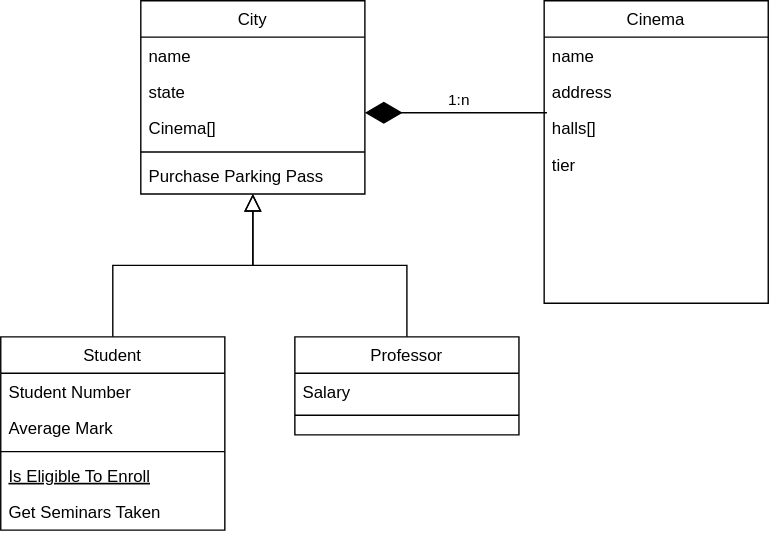
Rammechh/Class_Diagrams keeps this draw.io diagram as BookMyShowCD.svg. Above is the earlier version. Source tidied: cells renumbered, new cells last; positions are measured from the earlier drawing's top-left corner, leaving out a move shared by most shapes. Its diagram source:
```xml
<mxGraphModel>
  <root>
    <mxCell id="0" />
    <mxCell id="1" parent="0" />
    <mxCell id="2" value="City" style="swimlane;fontStyle=0;align=center;verticalAlign=top;horizontal=1;startSize=26;rounded=0;shadow=0;strokeWidth=1;" parent="1" vertex="1">
      <mxGeometry x="100" width="160" height="138" as="geometry" />
    </mxCell>
    <mxCell id="3" value="name" style="text;align=left;verticalAlign=top;spacingLeft=4;spacingRight=4;overflow=hidden;" parent="2" vertex="1">
      <mxGeometry y="26" width="160" height="26" as="geometry" />
    </mxCell>
    <mxCell id="4" value="state" style="text;align=left;verticalAlign=top;spacingLeft=4;spacingRight=4;overflow=hidden;rounded=0;shadow=0;html=0;" parent="2" vertex="1">
      <mxGeometry y="52" width="160" height="26" as="geometry" />
    </mxCell>
    <mxCell id="5" value="Cinema[]" style="text;align=left;verticalAlign=top;spacingLeft=4;spacingRight=4;overflow=hidden;rounded=0;shadow=0;html=0;" parent="2" vertex="1">
      <mxGeometry y="78" width="160" height="26" as="geometry" />
    </mxCell>
    <mxCell id="6" style="line;html=1;strokeWidth=1;align=left;verticalAlign=middle;spacingTop=-1;spacingLeft=3;spacingRight=3;labelPosition=right;" parent="2" vertex="1">
      <mxGeometry y="104" width="160" height="8" as="geometry" />
    </mxCell>
    <mxCell id="7" value="Purchase Parking Pass" style="text;align=left;verticalAlign=top;spacingLeft=4;spacingRight=4;overflow=hidden;" parent="2" vertex="1">
      <mxGeometry y="112" width="160" height="26" as="geometry" />
    </mxCell>
    <mxCell id="8" value="Student" style="swimlane;fontStyle=0;align=center;verticalAlign=top;horizontal=1;startSize=26;rounded=0;shadow=0;strokeWidth=1;" parent="1" vertex="1">
      <mxGeometry y="240" width="160" height="138" as="geometry" />
    </mxCell>
    <mxCell id="9" value="Student Number" style="text;align=left;verticalAlign=top;spacingLeft=4;spacingRight=4;overflow=hidden;" parent="8" vertex="1">
      <mxGeometry y="26" width="160" height="26" as="geometry" />
    </mxCell>
    <mxCell id="10" value="Average Mark" style="text;align=left;verticalAlign=top;spacingLeft=4;spacingRight=4;overflow=hidden;rounded=0;shadow=0;html=0;" parent="8" vertex="1">
      <mxGeometry y="52" width="160" height="26" as="geometry" />
    </mxCell>
    <mxCell id="11" style="line;html=1;strokeWidth=1;align=left;verticalAlign=middle;spacingTop=-1;spacingLeft=3;spacingRight=3;labelPosition=right;" parent="8" vertex="1">
      <mxGeometry y="78" width="160" height="8" as="geometry" />
    </mxCell>
    <mxCell id="12" value="Is Eligible To Enroll" style="text;align=left;verticalAlign=top;spacingLeft=4;spacingRight=4;overflow=hidden;fontStyle=4;" parent="8" vertex="1">
      <mxGeometry y="86" width="160" height="26" as="geometry" />
    </mxCell>
    <mxCell id="13" value="Get Seminars Taken" style="text;align=left;verticalAlign=top;spacingLeft=4;spacingRight=4;overflow=hidden;" parent="8" vertex="1">
      <mxGeometry y="112" width="160" height="26" as="geometry" />
    </mxCell>
    <mxCell id="14" style="endArrow=block;endSize=10;endFill=0;shadow=0;strokeWidth=1;rounded=0;edgeStyle=elbowEdgeStyle;elbow=vertical;" parent="1" edge="1" source="8" target="2">
      <mxGeometry relative="1" as="geometry" />
    </mxCell>
    <mxCell id="15" value="Professor" style="swimlane;fontStyle=0;align=center;verticalAlign=top;horizontal=1;startSize=26;rounded=0;shadow=0;strokeWidth=1;" parent="1" vertex="1">
      <mxGeometry x="210" y="240" width="160" height="70" as="geometry" />
    </mxCell>
    <mxCell id="16" value="Salary" style="text;align=left;verticalAlign=top;spacingLeft=4;spacingRight=4;overflow=hidden;" parent="15" vertex="1">
      <mxGeometry y="26" width="160" height="26" as="geometry" />
    </mxCell>
    <mxCell id="17" style="line;html=1;strokeWidth=1;align=left;verticalAlign=middle;spacingTop=-1;spacingLeft=3;spacingRight=3;labelPosition=right;" parent="15" vertex="1">
      <mxGeometry y="52" width="160" height="8" as="geometry" />
    </mxCell>
    <mxCell id="18" style="endArrow=block;endSize=10;endFill=0;shadow=0;strokeWidth=1;rounded=0;edgeStyle=elbowEdgeStyle;elbow=vertical;" parent="1" edge="1" source="15" target="2">
      <mxGeometry relative="1" as="geometry" />
    </mxCell>
    <mxCell id="19" value="Cinema" style="swimlane;fontStyle=0;align=center;verticalAlign=top;horizontal=1;startSize=26;rounded=0;shadow=0;strokeWidth=1;" parent="1" vertex="1">
      <mxGeometry x="388" width="160" height="216" as="geometry" />
    </mxCell>
    <mxCell id="20" value="name" style="text;align=left;verticalAlign=top;spacingLeft=4;spacingRight=4;overflow=hidden;" parent="19" vertex="1">
      <mxGeometry y="26" width="160" height="26" as="geometry" />
    </mxCell>
    <mxCell id="21" value="address" style="text;align=left;verticalAlign=top;spacingLeft=4;spacingRight=4;overflow=hidden;rounded=0;shadow=0;html=0;" parent="19" vertex="1">
      <mxGeometry y="52" width="160" height="26" as="geometry" />
    </mxCell>
    <mxCell id="22" value="halls[]" style="text;align=left;verticalAlign=top;spacingLeft=4;spacingRight=4;overflow=hidden;rounded=0;shadow=0;html=0;" parent="19" vertex="1">
      <mxGeometry y="78" width="160" height="26" as="geometry" />
    </mxCell>
    <mxCell id="23" value="tier" style="text;align=left;verticalAlign=top;spacingLeft=4;spacingRight=4;overflow=hidden;rounded=0;shadow=0;html=0;" parent="19" vertex="1">
      <mxGeometry y="104" width="160" height="26" as="geometry" />
    </mxCell>
    <mxCell id="24" style="endArrow=diamondThin;endFill=1;endSize=24;html=1;rounded=0;" parent="1" edge="1">
      <mxGeometry relative="1" as="geometry">
        <mxPoint x="390" y="80" as="sourcePoint" />
        <mxPoint x="260" y="80" as="targetPoint" />
      </mxGeometry>
    </mxCell>
    <mxCell id="25" value="1:n" style="edgeLabel;html=1;align=center;verticalAlign=middle;" parent="24" vertex="1">
      <mxGeometry x="-0.26" y="-1" relative="1" as="geometry">
        <mxPoint x="-16" y="-9" as="offset" />
      </mxGeometry>
    </mxCell>
  </root>
</mxGraphModel>
```
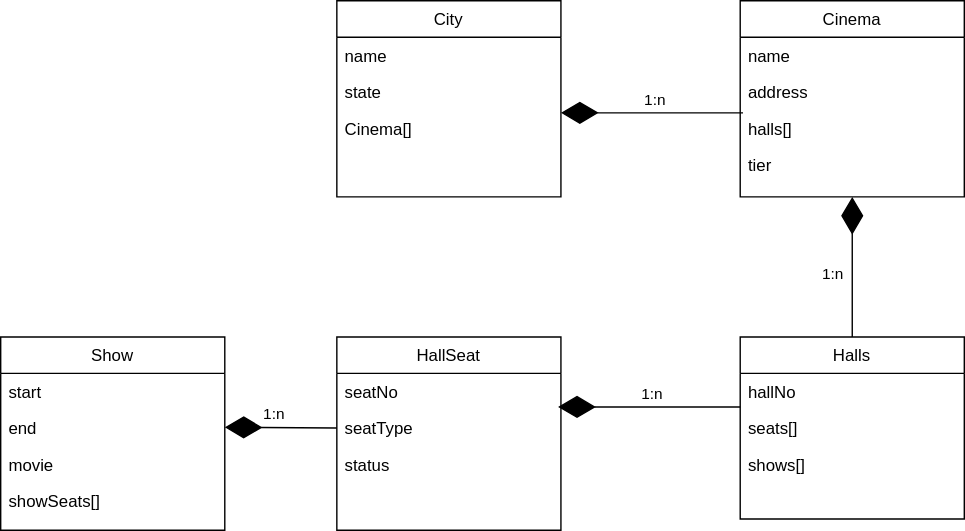
After the commit.

What changed in the source:
```diff
@@ -3,7 +3,7 @@
     <mxCell id="0" />
     <mxCell id="1" parent="0" />
     <mxCell id="2" value="City" style="swimlane;fontStyle=0;align=center;verticalAlign=top;horizontal=1;startSize=26;rounded=0;shadow=0;strokeWidth=1;" parent="1" vertex="1">
-      <mxGeometry x="100" width="160" height="138" as="geometry" />
+      <mxGeometry x="100" width="160" height="140" as="geometry" />
     </mxCell>
     <mxCell id="3" value="name" style="text;align=left;verticalAlign=top;spacingLeft=4;spacingRight=4;overflow=hidden;" parent="2" vertex="1">
       <mxGeometry y="26" width="160" height="26" as="geometry" />
@@ -14,47 +14,32 @@
     <mxCell id="5" value="Cinema[]" style="text;align=left;verticalAlign=top;spacingLeft=4;spacingRight=4;overflow=hidden;rounded=0;shadow=0;html=0;" parent="2" vertex="1">
       <mxGeometry y="78" width="160" height="26" as="geometry" />
     </mxCell>
-    <mxCell id="6" style="line;html=1;strokeWidth=1;align=left;verticalAlign=middle;spacingTop=-1;spacingLeft=3;spacingRight=3;labelPosition=right;" parent="2" vertex="1">
-      <mxGeometry y="104" width="160" height="8" as="geometry" />
-    </mxCell>
-    <mxCell id="7" value="Purchase Parking Pass" style="text;align=left;verticalAlign=top;spacingLeft=4;spacingRight=4;overflow=hidden;" parent="2" vertex="1">
-      <mxGeometry y="112" width="160" height="26" as="geometry" />
-    </mxCell>
-    <mxCell id="8" value="Student" style="swimlane;fontStyle=0;align=center;verticalAlign=top;horizontal=1;startSize=26;rounded=0;shadow=0;strokeWidth=1;" parent="1" vertex="1">
-      <mxGeometry y="240" width="160" height="138" as="geometry" />
+    <mxCell id="8" value="HallSeat" style="swimlane;fontStyle=0;align=center;verticalAlign=top;horizontal=1;startSize=26;rounded=0;shadow=0;strokeWidth=1;" parent="1" vertex="1">
+      <mxGeometry x="100" y="240" width="160" height="138" as="geometry" />
     </mxCell>
-    <mxCell id="9" value="Student Number" style="text;align=left;verticalAlign=top;spacingLeft=4;spacingRight=4;overflow=hidden;" parent="8" vertex="1">
+    <mxCell id="9" value="seatNo" style="text;align=left;verticalAlign=top;spacingLeft=4;spacingRight=4;overflow=hidden;" parent="8" vertex="1">
       <mxGeometry y="26" width="160" height="26" as="geometry" />
     </mxCell>
-    <mxCell id="10" value="Average Mark" style="text;align=left;verticalAlign=top;spacingLeft=4;spacingRight=4;overflow=hidden;rounded=0;shadow=0;html=0;" parent="8" vertex="1">
+    <mxCell id="10" value="seatType" style="text;align=left;verticalAlign=top;spacingLeft=4;spacingRight=4;overflow=hidden;rounded=0;shadow=0;html=0;" parent="8" vertex="1">
       <mxGeometry y="52" width="160" height="26" as="geometry" />
     </mxCell>
-    <mxCell id="11" style="line;html=1;strokeWidth=1;align=left;verticalAlign=middle;spacingTop=-1;spacingLeft=3;spacingRight=3;labelPosition=right;" parent="8" vertex="1">
-      <mxGeometry y="78" width="160" height="8" as="geometry" />
-    </mxCell>
-    <mxCell id="12" value="Is Eligible To Enroll" style="text;align=left;verticalAlign=top;spacingLeft=4;spacingRight=4;overflow=hidden;fontStyle=4;" parent="8" vertex="1">
-      <mxGeometry y="86" width="160" height="26" as="geometry" />
+    <mxCell id="12" value="status" style="text;align=left;verticalAlign=top;spacingLeft=4;spacingRight=4;overflow=hidden;fontStyle=0;" parent="8" vertex="1">
+      <mxGeometry y="78" width="160" height="26" as="geometry" />
     </mxCell>
-    <mxCell id="13" value="Get Seminars Taken" style="text;align=left;verticalAlign=top;spacingLeft=4;spacingRight=4;overflow=hidden;" parent="8" vertex="1">
-      <mxGeometry y="112" width="160" height="26" as="geometry" />
-    </mxCell>
-    <mxCell id="14" style="endArrow=block;endSize=10;endFill=0;shadow=0;strokeWidth=1;rounded=0;edgeStyle=elbowEdgeStyle;elbow=vertical;" parent="1" edge="1" source="8" target="2">
-      <mxGeometry relative="1" as="geometry" />
-    </mxCell>
-    <mxCell id="15" value="Professor" style="swimlane;fontStyle=0;align=center;verticalAlign=top;horizontal=1;startSize=26;rounded=0;shadow=0;strokeWidth=1;" parent="1" vertex="1">
-      <mxGeometry x="210" y="240" width="160" height="70" as="geometry" />
+    <mxCell id="15" value="Halls" style="swimlane;fontStyle=0;align=center;verticalAlign=top;horizontal=1;startSize=26;rounded=0;shadow=0;strokeWidth=1;" parent="1" vertex="1">
+      <mxGeometry x="388" y="240" width="160" height="130" as="geometry" />
     </mxCell>
-    <mxCell id="16" value="Salary" style="text;align=left;verticalAlign=top;spacingLeft=4;spacingRight=4;overflow=hidden;" parent="15" vertex="1">
+    <mxCell id="16" value="hallNo" style="text;align=left;verticalAlign=top;spacingLeft=4;spacingRight=4;overflow=hidden;" parent="15" vertex="1">
       <mxGeometry y="26" width="160" height="26" as="geometry" />
     </mxCell>
-    <mxCell id="17" style="line;html=1;strokeWidth=1;align=left;verticalAlign=middle;spacingTop=-1;spacingLeft=3;spacingRight=3;labelPosition=right;" parent="15" vertex="1">
-      <mxGeometry y="52" width="160" height="8" as="geometry" />
-    </mxCell>
-    <mxCell id="18" style="endArrow=block;endSize=10;endFill=0;shadow=0;strokeWidth=1;rounded=0;edgeStyle=elbowEdgeStyle;elbow=vertical;" parent="1" edge="1" source="15" target="2">
-      <mxGeometry relative="1" as="geometry" />
-    </mxCell>
+    <mxCell id="26" value="seats[]" style="text;align=left;verticalAlign=top;spacingLeft=4;spacingRight=4;overflow=hidden;" parent="15" vertex="1">
+      <mxGeometry y="52" width="160" height="26" as="geometry" />
+    </mxCell>
+    <mxCell id="27" value="shows[]" style="text;align=left;verticalAlign=top;spacingLeft=4;spacingRight=4;overflow=hidden;" parent="15" vertex="1">
+      <mxGeometry y="78" width="160" height="26" as="geometry" />
+    </mxCell>
     <mxCell id="19" value="Cinema" style="swimlane;fontStyle=0;align=center;verticalAlign=top;horizontal=1;startSize=26;rounded=0;shadow=0;strokeWidth=1;" parent="1" vertex="1">
-      <mxGeometry x="388" width="160" height="216" as="geometry" />
+      <mxGeometry x="388" width="160" height="140" as="geometry" />
     </mxCell>
     <mxCell id="20" value="name" style="text;align=left;verticalAlign=top;spacingLeft=4;spacingRight=4;overflow=hidden;" parent="19" vertex="1">
       <mxGeometry y="26" width="160" height="26" as="geometry" />
@@ -79,5 +64,50 @@
         <mxPoint x="-16" y="-9" as="offset" />
       </mxGeometry>
     </mxCell>
+    <mxCell id="28" style="endArrow=diamondThin;endFill=1;endSize=24;html=1;rounded=0;entryX=0.5;entryY=1;entryDx=0;entryDy=0;exitX=0.5;exitY=0;exitDx=0;exitDy=0;" parent="1" edge="1" source="15" target="19">
+      <mxGeometry relative="1" as="geometry" />
+    </mxCell>
+    <mxCell id="29" value="1:n" style="edgeLabel;html=1;align=center;verticalAlign=middle;" parent="28" vertex="1">
+      <mxGeometry x="-0.26" y="-1" relative="1" as="geometry">
+        <mxPoint x="-16" y="-9" as="offset" />
+      </mxGeometry>
+    </mxCell>
+    <mxCell id="30" style="endArrow=diamondThin;endFill=1;endSize=24;html=1;rounded=0;" parent="1" edge="1">
+      <mxGeometry relative="1" as="geometry">
+        <mxPoint x="388" y="290" as="sourcePoint" />
+        <mxPoint x="258" y="290" as="targetPoint" />
+      </mxGeometry>
+    </mxCell>
+    <mxCell id="31" value="1:n" style="edgeLabel;html=1;align=center;verticalAlign=middle;" parent="30" vertex="1">
+      <mxGeometry x="-0.26" y="-1" relative="1" as="geometry">
+        <mxPoint x="-16" y="-9" as="offset" />
+      </mxGeometry>
+    </mxCell>
+    <mxCell id="32" value="Show" style="swimlane;fontStyle=0;align=center;verticalAlign=top;horizontal=1;startSize=26;rounded=0;shadow=0;strokeWidth=1;" parent="1" vertex="1">
+      <mxGeometry x="-140" y="240" width="160" height="138" as="geometry" />
+    </mxCell>
+    <mxCell id="33" value="start" style="text;align=left;verticalAlign=top;spacingLeft=4;spacingRight=4;overflow=hidden;rounded=0;shadow=0;html=0;" parent="32" vertex="1">
+      <mxGeometry y="26" width="160" height="26" as="geometry" />
+    </mxCell>
+    <mxCell id="34" value="end" style="text;align=left;verticalAlign=top;spacingLeft=4;spacingRight=4;overflow=hidden;fontStyle=0;" parent="32" vertex="1">
+      <mxGeometry y="52" width="160" height="26" as="geometry" />
+    </mxCell>
+    <mxCell id="35" value="movie" style="text;align=left;verticalAlign=top;spacingLeft=4;spacingRight=4;overflow=hidden;fontStyle=0;" parent="32" vertex="1">
+      <mxGeometry y="78" width="160" height="26" as="geometry" />
+    </mxCell>
+    <mxCell id="36" value="showSeats[]" style="text;align=left;verticalAlign=top;spacingLeft=4;spacingRight=4;overflow=hidden;fontStyle=0;" parent="32" vertex="1">
+      <mxGeometry y="104" width="160" height="26" as="geometry" />
+    </mxCell>
+    <mxCell id="37" style="endArrow=diamondThin;endFill=1;endSize=24;html=1;rounded=0;" parent="1" edge="1">
+      <mxGeometry relative="1" as="geometry">
+        <mxPoint x="100" y="305" as="sourcePoint" />
+        <mxPoint x="20" y="304.5" as="targetPoint" />
+      </mxGeometry>
+    </mxCell>
+    <mxCell id="38" value="1:n" style="edgeLabel;html=1;align=center;verticalAlign=middle;" parent="37" vertex="1">
+      <mxGeometry x="-0.26" y="-1" relative="1" as="geometry">
+        <mxPoint x="-16" y="-9" as="offset" />
+      </mxGeometry>
+    </mxCell>
   </root>
 </mxGraphModel>
```
